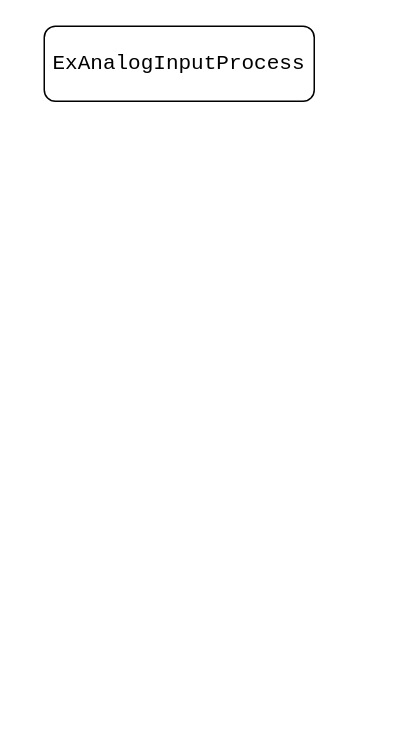
Above: 未命名绘图.drawio in foreverycs/foreverycs (draw.io), before the change. Source tidied: cells renumbered, new cells numbered last; positions are measured from the earlier drawing's top-left corner, leaving out a move shared by most shapes. Both pictures are drawn from the tidied source at 150%, with x=0, y=0 at pixel (44, 26).
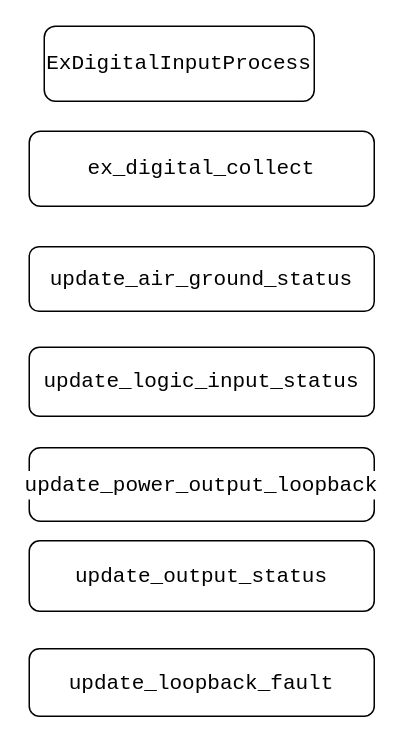
After the change.

Commit message (it also covers changes not shown here):
更新未命名绘图.drawio

The edit, as a diff of the source:
```diff
@@
 <mxGraphModel>
   <root>
     <mxCell id="0" />
     <mxCell id="1" parent="0" />
-    <mxCell id="2" value="&lt;div style=&quot;background-color: rgb(255, 255, 255); font-family: Consolas, &amp;quot;Courier New&amp;quot;, monospace; font-size: 14px; line-height: 19px; white-space: pre;&quot;&gt;&lt;div style=&quot;line-height: 19px;&quot;&gt;ExAnalogInputProcess&lt;span style=&quot;&quot; class=&quot;fluent-read-loading&quot;&gt;&lt;/span&gt;&lt;/div&gt;&lt;/div&gt;" style="rounded=1;whiteSpace=wrap;html=1;fontColor=default;" parent="1" vertex="1">
+    <mxCell id="2" value="&lt;div style=&quot;background-color: rgb(255, 255, 255); font-family: Consolas, &amp;quot;Courier New&amp;quot;, monospace; font-size: 14px; line-height: 19px; white-space: pre;&quot;&gt;&lt;div style=&quot;line-height: 19px;&quot;&gt;&lt;div style=&quot;line-height: 19px;&quot;&gt;&lt;span style=&quot;&quot;&gt;ExDigitalInputProcess&lt;/span&gt;&lt;span class=&quot;fluent-read-loading&quot;&gt;&lt;/span&gt;&lt;/div&gt;&lt;/div&gt;&lt;/div&gt;" style="rounded=1;whiteSpace=wrap;html=1;fontColor=default;" parent="1" vertex="1">
       <mxGeometry width="180" height="50" as="geometry" />
     </mxCell>
+    <mxCell id="3" value="&lt;div style=&quot;background-color: rgb(255, 255, 255); font-family: Consolas, &amp;quot;Courier New&amp;quot;, monospace; font-size: 14px; line-height: 19px; white-space: pre;&quot;&gt;&lt;div style=&quot;line-height: 19px;&quot;&gt;&lt;div style=&quot;line-height: 19px;&quot;&gt;&lt;div style=&quot;line-height: 19px;&quot;&gt;&lt;span style=&quot;&quot;&gt;ex_digital_collect&lt;/span&gt;&lt;/div&gt;&lt;/div&gt;&lt;/div&gt;&lt;/div&gt;" style="rounded=1;whiteSpace=wrap;html=1;fontColor=default;" parent="1" vertex="1">
+      <mxGeometry x="-10" y="70" width="230" height="50" as="geometry" />
+    </mxCell>
+    <mxCell id="4" value="&lt;div style=&quot;background-color: rgb(255, 255, 255); font-family: Consolas, &amp;quot;Courier New&amp;quot;, monospace; font-weight: normal; font-size: 14px; line-height: 19px; white-space: pre;&quot;&gt;&lt;div&gt;&lt;span style=&quot;&quot;&gt;update_logic_input_status&lt;/span&gt;&lt;/div&gt;&lt;/div&gt;" style="rounded=1;whiteSpace=wrap;html=1;fontColor=default;" parent="1" vertex="1">
+      <mxGeometry x="-10" y="214" width="230" height="46" as="geometry" />
+    </mxCell>
+    <mxCell id="5" value="&lt;div style=&quot;background-color: rgb(255, 255, 255); font-family: Consolas, &amp;quot;Courier New&amp;quot;, monospace; font-weight: normal; font-size: 14px; line-height: 19px; white-space: pre;&quot;&gt;&lt;div&gt;&lt;span style=&quot;&quot;&gt;update_air_ground_status&lt;/span&gt;&lt;/div&gt;&lt;/div&gt;" style="rounded=1;whiteSpace=wrap;html=1;fontColor=default;" parent="1" vertex="1">
+      <mxGeometry x="-10" y="147" width="230" height="43" as="geometry" />
+    </mxCell>
+    <mxCell id="6" value="&lt;div style=&quot;background-color: rgb(255, 255, 255); font-family: Consolas, &amp;quot;Courier New&amp;quot;, monospace; font-weight: normal; font-size: 14px; line-height: 19px; white-space: pre;&quot;&gt;&lt;div&gt;&lt;span style=&quot;&quot;&gt;update_power_output_loopback&lt;/span&gt;&lt;/div&gt;&lt;/div&gt;" style="rounded=1;whiteSpace=wrap;html=1;fontColor=default;" parent="1" vertex="1">
+      <mxGeometry x="-10" y="281" width="230" height="49" as="geometry" />
+    </mxCell>
+    <mxCell id="7" value="&lt;div style=&quot;background-color: rgb(255, 255, 255); font-family: Consolas, &amp;quot;Courier New&amp;quot;, monospace; font-size: 14px; line-height: 19px; white-space: pre;&quot;&gt;&lt;span style=&quot;&quot;&gt;update_output_status&lt;/span&gt;&lt;span class=&quot;fluent-read-loading&quot;&gt;&lt;/span&gt;&lt;/div&gt;" style="rounded=1;whiteSpace=wrap;html=1;fontColor=default;" parent="1" vertex="1">
+      <mxGeometry x="-10" y="343" width="230" height="47" as="geometry" />
+    </mxCell>
+    <mxCell id="8" value="&lt;div style=&quot;background-color: rgb(255, 255, 255); font-family: Consolas, &amp;quot;Courier New&amp;quot;, monospace; font-size: 14px; line-height: 19px; white-space: pre; -webkit-line-clamp: unset; max-height: unset;&quot;&gt;update_loopback_fault&lt;/div&gt;" style="rounded=1;whiteSpace=wrap;html=1;fontColor=default;" parent="1" vertex="1">
+      <mxGeometry x="-10" y="415" width="230" height="45" as="geometry" />
+    </mxCell>
   </root>
 </mxGraphModel>
```
